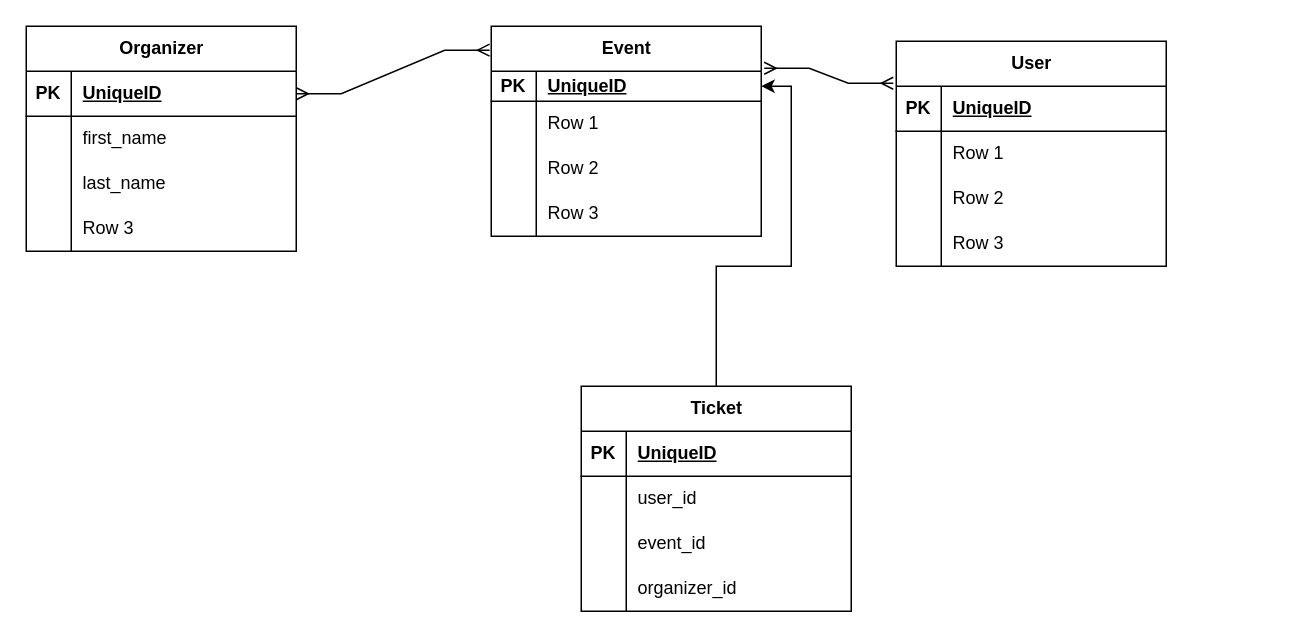
Above: Evently.drawio in stevesdiary/evently (draw.io), before the change. Source tidied: cells renumbered, new cells numbered last; positions are measured from the earlier drawing's top-left corner, leaving out a move shared by most shapes. Both pictures are drawn from the tidied source at 150%, with x=0, y=0 at pixel (26, 26).
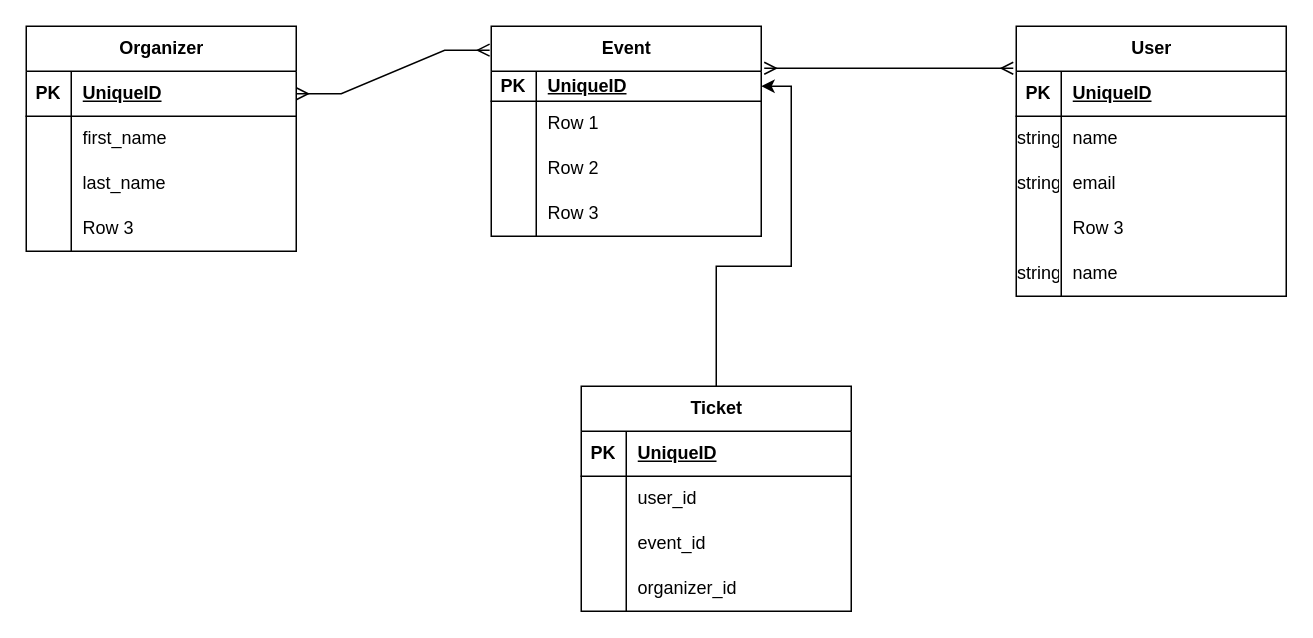
The same diagram, later.

The change refers to these unchanged cells:
```xml
<mxCell id="3" style="shape=tableRow;horizontal=0;startSize=0;swimlaneHead=0;swimlaneBody=0;fillColor=none;points=[[0,0.5],[1,0.5]];portConstraint=eastwest;top=0;left=0;right=0;bottom=1;" parent="2" vertex="1">
  <mxGeometry y="30" width="180" height="30" as="geometry" />
</mxCell>
<mxCell id="15" value="Event" style="shape=table;startSize=30;childLayout=tableLayout;rowLines=0;fontStyle=1;align=center;html=1;" parent="1" vertex="1">
  <mxGeometry x="310" width="180" height="140" as="geometry" />
</mxCell>
<mxCell id="32" style="shape=tableRow;horizontal=0;startSize=0;swimlaneHead=0;swimlaneBody=0;fillColor=none;top=0;left=0;right=0;bottom=0;" parent="28" vertex="1">
  <mxGeometry y="60" width="180" height="30" as="geometry" />
</mxCell>
<mxCell id="35" style="shape=tableRow;horizontal=0;startSize=0;swimlaneHead=0;swimlaneBody=0;fillColor=none;top=0;left=0;right=0;bottom=0;" parent="28" vertex="1">
  <mxGeometry y="90" width="180" height="30" as="geometry" />
</mxCell>
```

The edit, as a diff of the source:
```diff
@@
     <mxCell id="28" value="User" style="shape=table;startSize=30;childLayout=tableLayout;rowLines=0;fontStyle=1;align=center;html=1;" parent="1" vertex="1">
-      <mxGeometry x="580" y="10" width="180" height="150" as="geometry" />
+      <mxGeometry x="660" width="180" height="180" as="geometry" />
     </mxCell>
@@
-    <mxCell id="33" style="shape=partialRectangle;fillColor=none;top=0;left=0;bottom=0;right=0;overflow=hidden;whiteSpace=wrap;html=1;" parent="32" vertex="1">
+    <mxCell id="33" value="string" style="shape=partialRectangle;fillColor=none;top=0;left=0;bottom=0;right=0;overflow=hidden;whiteSpace=wrap;html=1;" parent="32" vertex="1">
       <mxGeometry width="30" height="30" as="geometry" />
     </mxCell>
-    <mxCell id="34" value="Row 1" style="shape=partialRectangle;fillColor=none;top=0;left=0;bottom=0;right=0;align=left;spacingLeft=6;overflow=hidden;whiteSpace=wrap;html=1;" parent="32" vertex="1">
+    <mxCell id="34" value="name" style="shape=partialRectangle;fillColor=none;top=0;left=0;bottom=0;right=0;align=left;spacingLeft=6;overflow=hidden;whiteSpace=wrap;html=1;" parent="32" vertex="1">
       <mxGeometry x="30" width="150" height="30" as="geometry" />
     </mxCell>
@@
-    <mxCell id="36" style="shape=partialRectangle;fillColor=none;top=0;left=0;bottom=0;right=0;overflow=hidden;whiteSpace=wrap;html=1;" parent="35" vertex="1">
+    <mxCell id="36" value="string" style="shape=partialRectangle;fillColor=none;top=0;left=0;bottom=0;right=0;overflow=hidden;whiteSpace=wrap;html=1;" parent="35" vertex="1">
       <mxGeometry width="30" height="30" as="geometry" />
     </mxCell>
-    <mxCell id="37" value="Row 2" style="shape=partialRectangle;fillColor=none;top=0;left=0;bottom=0;right=0;align=left;spacingLeft=6;overflow=hidden;whiteSpace=wrap;html=1;" parent="35" vertex="1">
+    <mxCell id="37" value="email" style="shape=partialRectangle;fillColor=none;top=0;left=0;bottom=0;right=0;align=left;spacingLeft=6;overflow=hidden;whiteSpace=wrap;html=1;" parent="35" vertex="1">
       <mxGeometry x="30" width="150" height="30" as="geometry" />
     </mxCell>
@@
+    <mxCell id="57" style="shape=tableRow;horizontal=0;startSize=0;swimlaneHead=0;swimlaneBody=0;fillColor=none;top=0;left=0;right=0;bottom=0;" parent="28" vertex="1">
+      <mxGeometry y="150" width="180" height="30" as="geometry" />
+    </mxCell>
+    <mxCell id="58" value="string" style="shape=partialRectangle;fillColor=none;top=0;left=0;bottom=0;right=0;overflow=hidden;whiteSpace=wrap;html=1;" parent="57" vertex="1">
+      <mxGeometry width="30" height="30" as="geometry" />
+    </mxCell>
+    <mxCell id="59" value="name" style="shape=partialRectangle;fillColor=none;top=0;left=0;bottom=0;right=0;align=left;spacingLeft=6;overflow=hidden;whiteSpace=wrap;html=1;" parent="57" vertex="1">
+      <mxGeometry x="30" width="150" height="30" as="geometry" />
+    </mxCell>
@@
     <mxCell id="55" style="edgeStyle=entityRelationEdgeStyle;fontSize=12;html=1;endArrow=ERmany;startArrow=ERmany;rounded=0;exitX=1;exitY=0.5;exitDx=0;exitDy=0;entryX=-0.006;entryY=0.114;entryDx=0;entryDy=0;entryPerimeter=0;" parent="1" edge="1" source="3" target="15">
-      <mxGeometry relative="1" as="geometry">
-        <Array as="points">
-          <mxPoint x="60" y="70" />
-        </Array>
-      </mxGeometry>
+      <mxGeometry relative="1" as="geometry" />
     </mxCell>
```
